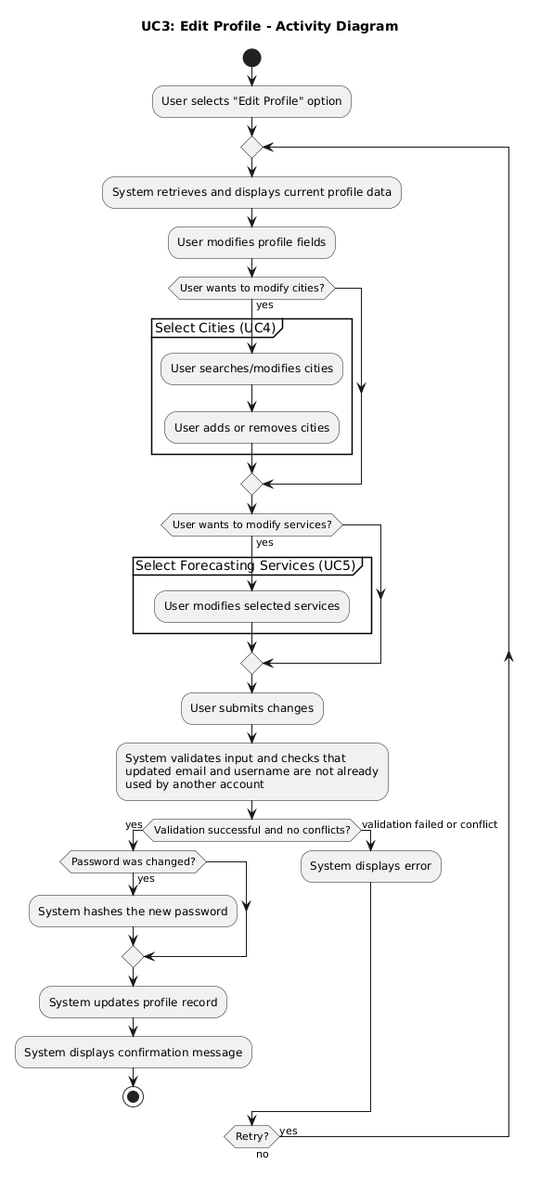
Before: requirements/activity_diagrams/UC3_Edit_Profile.png, a diagram exported from PlantUML (ManosMorf97/Weather-Forecasts-AI-Remastered).
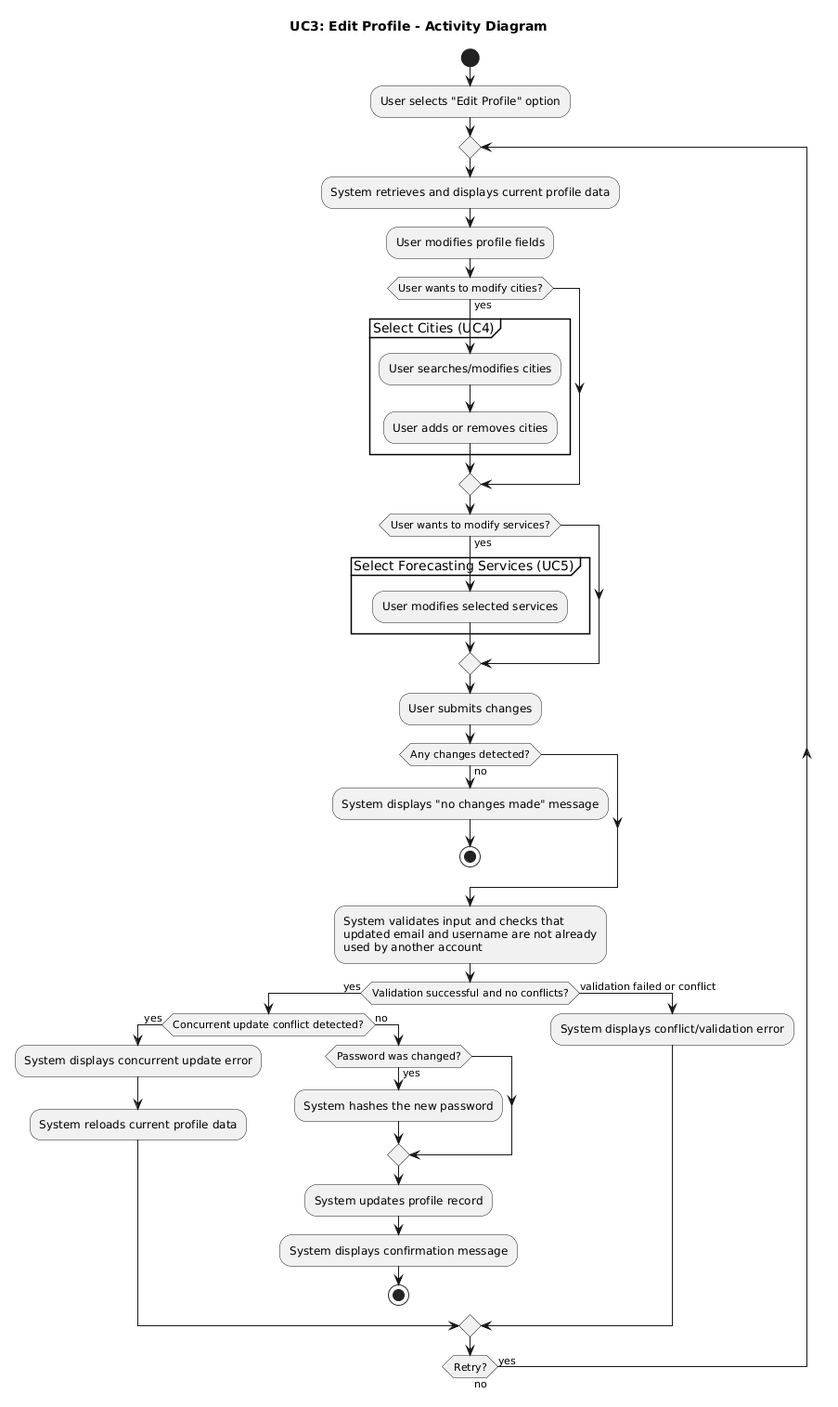
The same file after the commit.

Change to the diagram source:
```diff
@@ -21,19 +21,30 @@
   endif
 
   :User submits changes;
+
+  if (Any changes detected?) then (no)
+    :System displays "no changes made" message;
+    stop
+  endif
+
   :System validates input and checks that
   updated email and username are not already
   used by another account;
 
   if (Validation successful and no conflicts?) then (yes)
-    if (Password was changed?) then (yes)
-      :System hashes the new password;
+    if (Concurrent update conflict detected?) then (yes)
+      :System displays concurrent update error;
+      :System reloads current profile data;
+    else (no)
+      if (Password was changed?) then (yes)
+        :System hashes the new password;
+      endif
+      :System updates profile record;
+      :System displays confirmation message;
+      stop
     endif
-    :System updates profile record;
-    :System displays confirmation message;
-    stop
   else (validation failed or conflict)
-    :System displays error;
+    :System displays conflict/validation error;
   endif
 repeat while (Retry?) is (yes) not (no)
 @enduml
```
